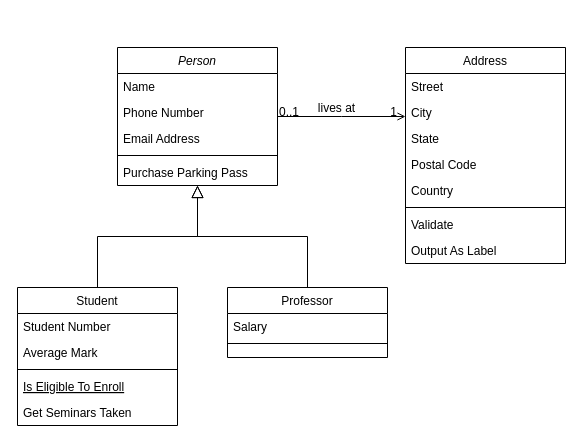
Italo-SS-95/Grau-T-cnico-INF-07 keeps this draw.io diagram as Hospital Center.drawio. Above is the earlier version. Source tidied: cells renumbered, new cells numbered last; positions are measured from the earlier drawing's top-left corner, leaving out a move shared by most shapes. Both pictures are drawn from the tidied source at 100%, with x=0, y=0 at pixel (17, 47).
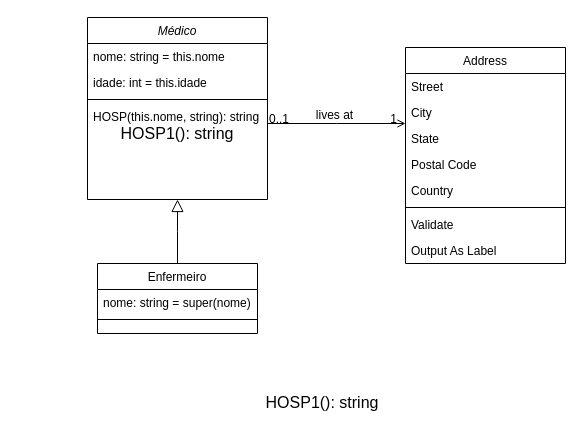
After the change.

Change to the diagram source:
```diff
@@
-    <mxCell id="2" value="Person" style="swimlane;fontStyle=2;align=center;verticalAlign=top;horizontal=1;startSize=26;rounded=0;shadow=0;strokeWidth=1;" parent="1" vertex="1">
-      <mxGeometry x="100" width="160" height="138" as="geometry" />
+    <mxCell id="2" value="Médico" style="swimlane;fontStyle=2;align=center;verticalAlign=top;horizontal=1;startSize=26;rounded=0;shadow=0;strokeWidth=1;" parent="1" vertex="1">
+      <mxGeometry x="70" y="-30" width="180" height="182" as="geometry" />
     </mxCell>
-    <mxCell id="3" value="Name" style="text;align=left;verticalAlign=top;spacingLeft=4;spacingRight=4;overflow=hidden;" parent="2" vertex="1">
-      <mxGeometry y="26" width="160" height="26" as="geometry" />
+    <mxCell id="3" value="nome: string = this.nome" style="text;align=left;verticalAlign=top;spacingLeft=4;spacingRight=4;overflow=hidden;" parent="2" vertex="1">
+      <mxGeometry y="26" width="180" height="26" as="geometry" />
     </mxCell>
-    <mxCell id="4" value="Phone Number" style="text;align=left;verticalAlign=top;spacingLeft=4;spacingRight=4;overflow=hidden;rounded=0;shadow=0;html=0;" parent="2" vertex="1">
-      <mxGeometry y="52" width="160" height="26" as="geometry" />
+    <mxCell id="4" value="idade: int = this.idade" style="text;align=left;verticalAlign=top;spacingLeft=4;spacingRight=4;overflow=hidden;rounded=0;shadow=0;html=0;" parent="2" vertex="1">
+      <mxGeometry y="52" width="180" height="26" as="geometry" />
     </mxCell>
-    <mxCell id="5" value="Email Address" style="text;align=left;verticalAlign=top;spacingLeft=4;spacingRight=4;overflow=hidden;rounded=0;shadow=0;html=0;" parent="2" vertex="1">
-      <mxGeometry y="78" width="160" height="26" as="geometry" />
-    </mxCell>
     <mxCell id="6" style="line;html=1;strokeWidth=1;align=left;verticalAlign=middle;spacingTop=-1;spacingLeft=3;spacingRight=3;labelPosition=right;" parent="2" vertex="1">
-      <mxGeometry y="104" width="160" height="8" as="geometry" />
+      <mxGeometry y="78" width="180" height="8" as="geometry" />
     </mxCell>
-    <mxCell id="7" value="Purchase Parking Pass" style="text;align=left;verticalAlign=top;spacingLeft=4;spacingRight=4;overflow=hidden;" parent="2" vertex="1">
-      <mxGeometry y="112" width="160" height="26" as="geometry" />
+    <mxCell id="7" value="HOSP(this.nome, string): string" style="text;align=left;verticalAlign=top;spacingLeft=4;spacingRight=4;overflow=hidden;" parent="2" vertex="1">
+      <mxGeometry y="86" width="180" height="26" as="geometry" />
     </mxCell>
-    <mxCell id="8" value="Student" style="swimlane;fontStyle=0;align=center;verticalAlign=top;horizontal=1;startSize=26;rounded=0;shadow=0;strokeWidth=1;" parent="1" vertex="1">
-      <mxGeometry y="240" width="160" height="138" as="geometry" />
-    </mxCell>
-    <mxCell id="9" value="Student Number" style="text;align=left;verticalAlign=top;spacingLeft=4;spacingRight=4;overflow=hidden;" parent="8" vertex="1">
-      <mxGeometry y="26" width="160" height="26" as="geometry" />
-    </mxCell>
-    <mxCell id="10" value="Average Mark" style="text;align=left;verticalAlign=top;spacingLeft=4;spacingRight=4;overflow=hidden;rounded=0;shadow=0;html=0;" parent="8" vertex="1">
-      <mxGeometry y="52" width="160" height="26" as="geometry" />
-    </mxCell>
-    <mxCell id="11" style="line;html=1;strokeWidth=1;align=left;verticalAlign=middle;spacingTop=-1;spacingLeft=3;spacingRight=3;labelPosition=right;" parent="8" vertex="1">
-      <mxGeometry y="78" width="160" height="8" as="geometry" />
-    </mxCell>
-    <mxCell id="12" value="Is Eligible To Enroll" style="text;align=left;verticalAlign=top;spacingLeft=4;spacingRight=4;overflow=hidden;fontStyle=4;" parent="8" vertex="1">
-      <mxGeometry y="86" width="160" height="26" as="geometry" />
-    </mxCell>
-    <mxCell id="13" value="Get Seminars Taken" style="text;align=left;verticalAlign=top;spacingLeft=4;spacingRight=4;overflow=hidden;" parent="8" vertex="1">
-      <mxGeometry y="112" width="160" height="26" as="geometry" />
-    </mxCell>
-    <mxCell id="14" style="endArrow=block;endSize=10;endFill=0;shadow=0;strokeWidth=1;rounded=0;edgeStyle=elbowEdgeStyle;elbow=vertical;" parent="1" edge="1" source="8" target="2">
-      <mxGeometry relative="1" as="geometry" />
-    </mxCell>
+    <mxCell id="32" value="HOSP1(): string" style="text;strokeColor=none;align=center;fillColor=none;html=1;verticalAlign=middle;whiteSpace=wrap;rounded=0;fontSize=16;" parent="2" vertex="1">
+      <mxGeometry y="112" width="180" height="8" as="geometry" />
+    </mxCell>
-    <mxCell id="15" value="Professor" style="swimlane;fontStyle=0;align=center;verticalAlign=top;horizontal=1;startSize=26;rounded=0;shadow=0;strokeWidth=1;" parent="1" vertex="1">
-      <mxGeometry x="210" y="240" width="160" height="70" as="geometry" />
+    <mxCell id="15" value="Enfermeiro" style="swimlane;fontStyle=0;align=center;verticalAlign=top;horizontal=1;startSize=26;rounded=0;shadow=0;strokeWidth=1;" parent="1" vertex="1">
+      <mxGeometry x="80" y="216" width="160" height="70" as="geometry" />
     </mxCell>
-    <mxCell id="16" value="Salary" style="text;align=left;verticalAlign=top;spacingLeft=4;spacingRight=4;overflow=hidden;" parent="15" vertex="1">
+    <mxCell id="16" value="nome: string = super(nome)" style="text;align=left;verticalAlign=top;spacingLeft=4;spacingRight=4;overflow=hidden;" parent="15" vertex="1">
       <mxGeometry y="26" width="160" height="26" as="geometry" />
     </mxCell>
@@
+    <mxCell id="33" value="HOSP1(): string" style="text;strokeColor=none;align=center;fillColor=none;html=1;verticalAlign=middle;whiteSpace=wrap;rounded=0;fontSize=16;" parent="1" vertex="1">
+      <mxGeometry x="240" y="340" width="130" height="30" as="geometry" />
+    </mxCell>
```
